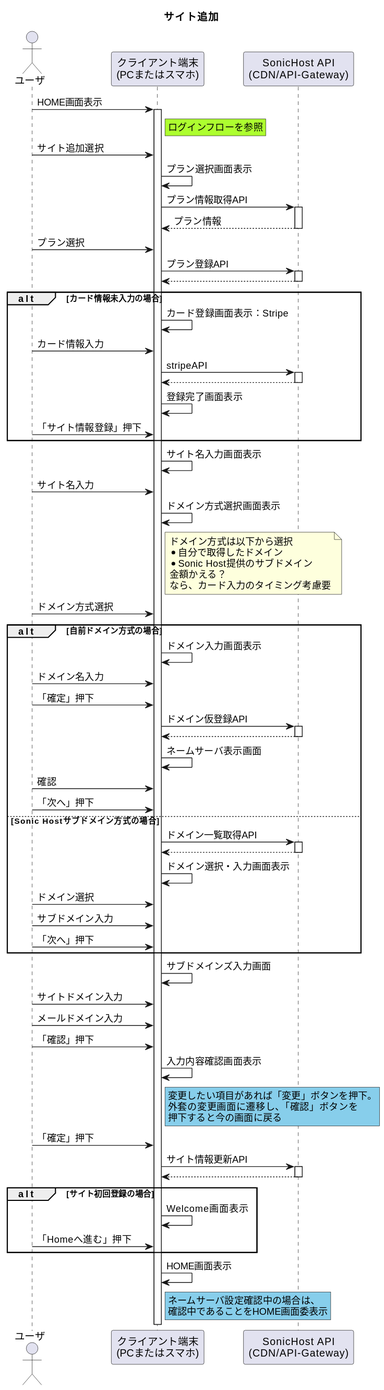
Sonic-Host/documents keeps this PlantUML diagram as 01_Sequences/03_SiteRegistration/01_AddSite/addSiteFlow.svg. Above is the earlier version.
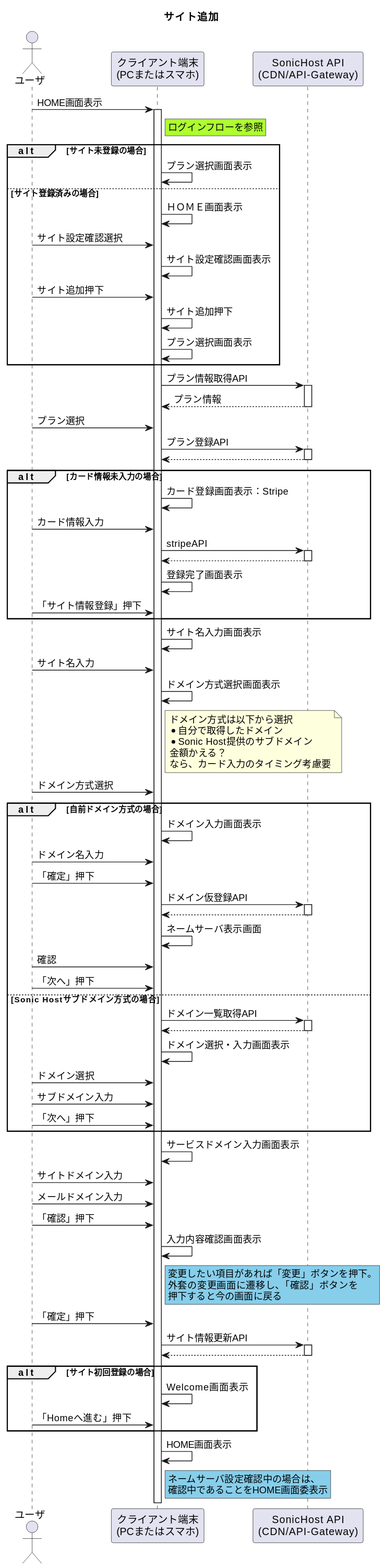
The same diagram one commit later.

Change to the diagram source:
```diff
@@ -10,9 +10,16 @@
 rnote right of device #GreenYellow
     ログインフローを参照
 end note
-user -> device : サイト追加選択
-
-device -> device : プラン選択画面表示
+alt サイト未登録の場合
+    device -> device : プラン選択画面表示
+else サイト登録済みの場合
+    device -> device : ＨＯＭＥ画面表示
+    user -> device : サイト設定確認選択
+    device -> device : サイト設定確認画面表示
+    user -> device : サイト追加押下
+    device -> device : サイト追加押下
+    device -> device : プラン選択画面表示
+end
 device -> api ++ : プラン情報取得API
 device <-- api -- : プラン情報
 user -> device : プラン選択
@@ -54,7 +61,7 @@
     user -> device : サブドメイン入力
     user -> device : 「次へ」押下
 end
-device -> device : サブドメインズ入力画面
+device -> device : サービスドメイン入力画面表示
 user -> device : サイトドメイン入力
 user -> device : メールドメイン入力
 user -> device : 「確認」押下
```
